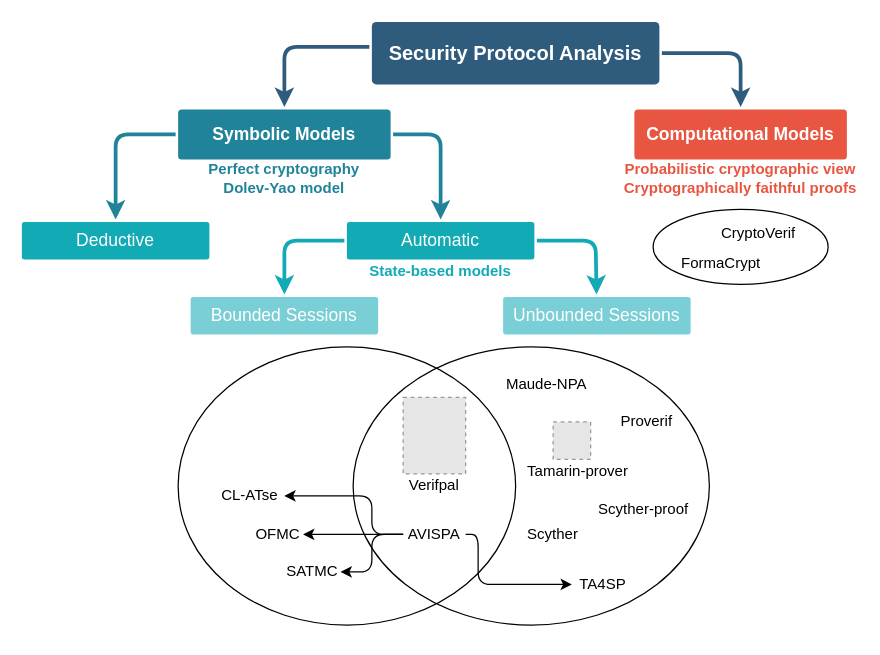
This is images_source/symbolic-computational-model.drawio from AlessandroZanatta/Bachelor-Thesis, a draw.io file, before an edit. Source tidied: cells renumbered, new cells numbered last; positions are measured from the earlier drawing's top-left corner, leaving out a move shared by most shapes. Both pictures are drawn from the tidied source at 125%, with x=0, y=0 at pixel (21, 21). Pictures stored in the file or linked from it are replaced by grey dashed boxes.
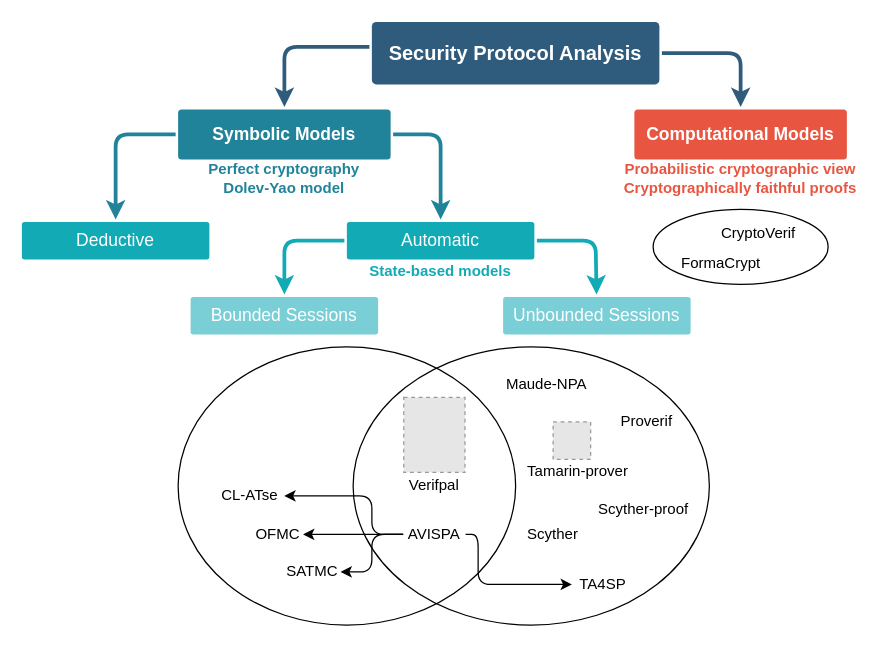
Above is the later version.

Unchanged cells that the change refers to:
```xml
<mxCell id="23" style="group;fontSize=13;fontStyle=0;" parent="1" vertex="1">
  <mxGeometry x="115" y="260" width="435" height="230" as="geometry" />
</mxCell>
```

What changed in the source:
```diff
@@
     <mxCell id="41" style="group;fontSize=12;fontStyle=0;" parent="23" vertex="1">
-      <mxGeometry x="190" y="40.4" width="50" height="79.2" as="geometry" />
+      <mxGeometry x="190" y="40.4" width="54" height="79.2" as="geometry" />
     </mxCell>
-    <mxCell id="42" style="fillColor=#E6E6E6;strokeColor=#999999;dashed=1;verticalLabelPosition=bottom;verticalAlign=top;fontSize=12;fontStyle=0;" parent="41" vertex="1">
-      <mxGeometry width="50" height="61.2" as="geometry" />
-    </mxCell>
@@
+    <mxCell id="45" style="fillColor=#E6E6E6;strokeColor=#999999;dashed=1;verticalLabelPosition=bottom;verticalAlign=top;" parent="23" vertex="1">
+      <mxGeometry x="190.5" y="40.4" width="49" height="60" as="geometry" />
+    </mxCell>
```
